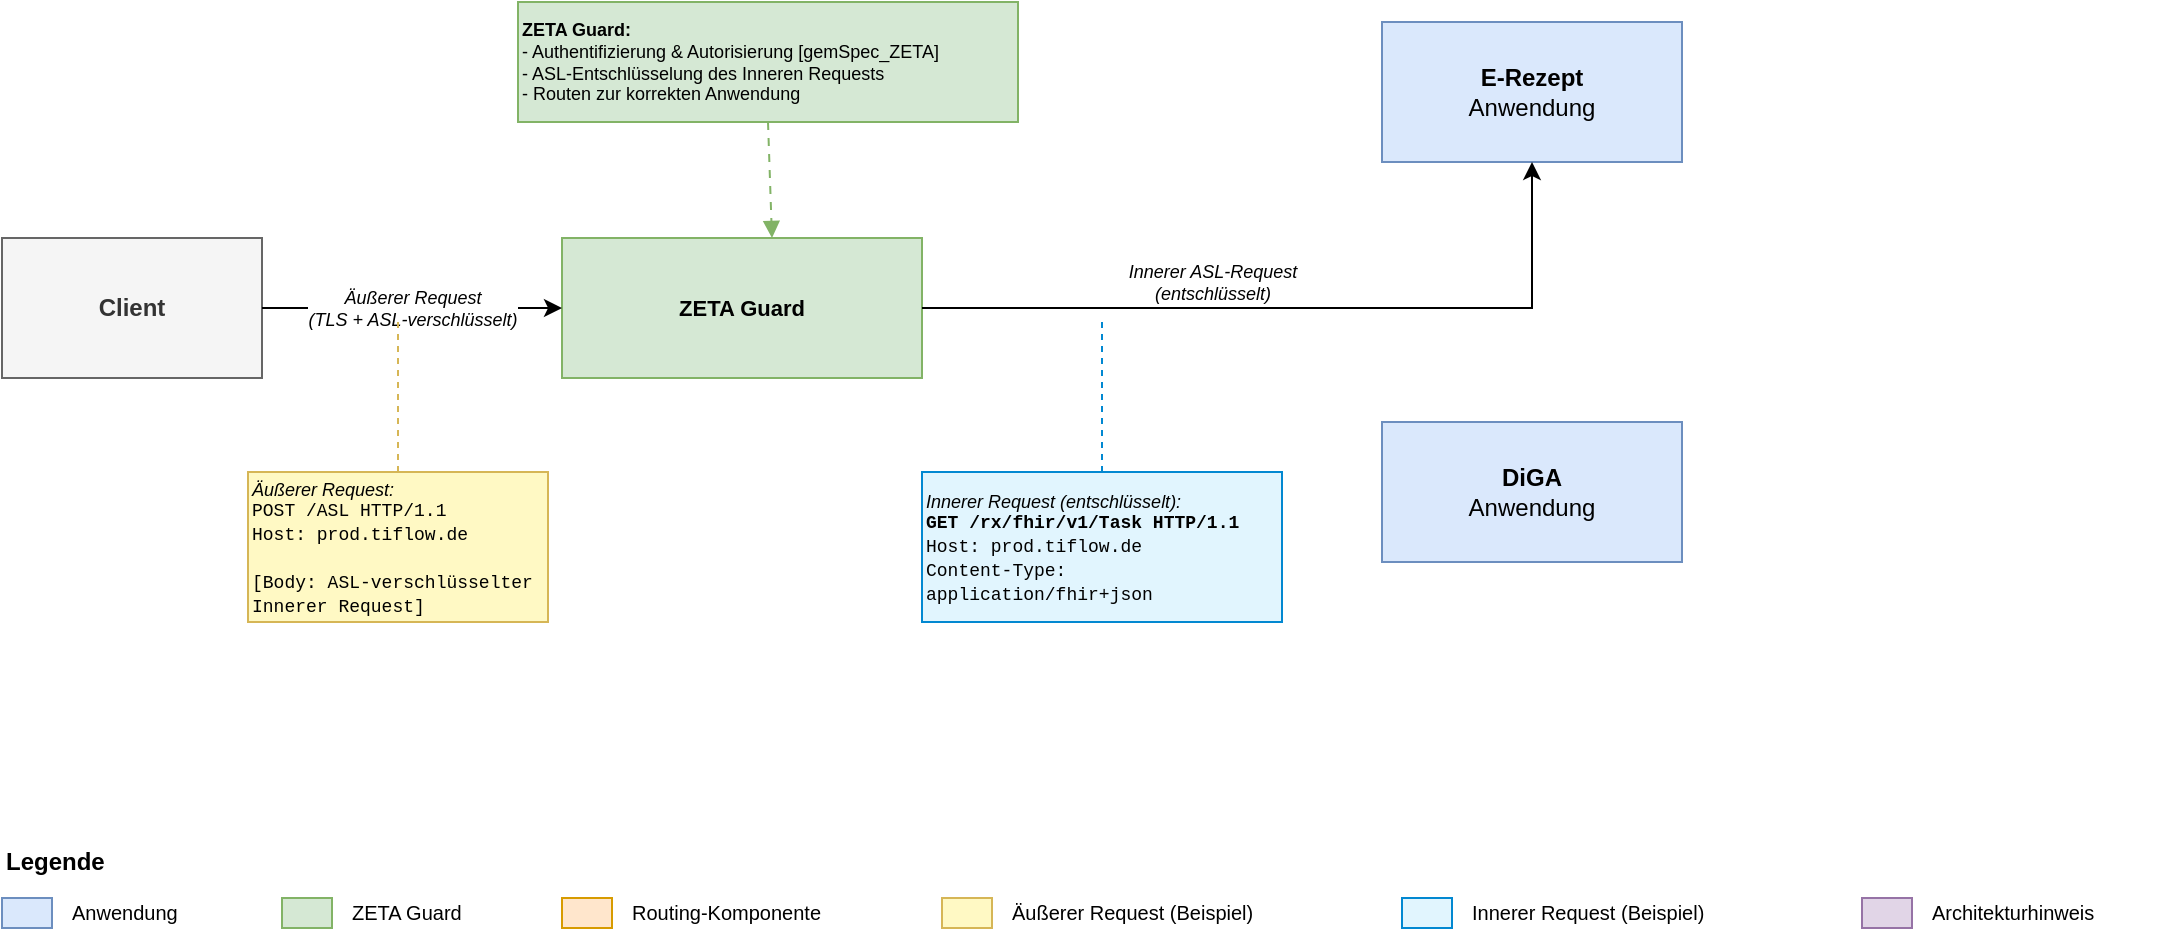
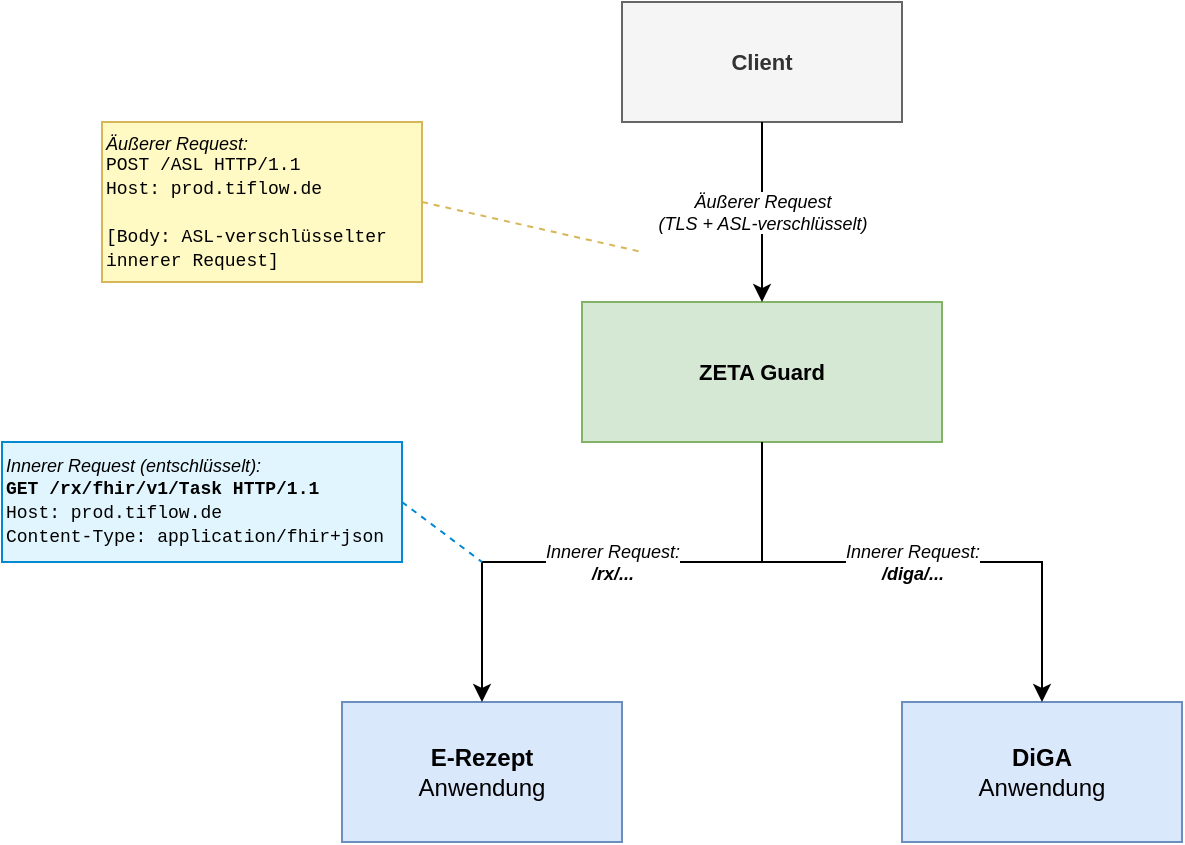
<mxfile host="65bd71144e">
    <diagram id="address-tif-application" name="Page-1">
-         <mxGraphModel dx="1518" dy="622" grid="1" gridSize="10" guides="1" tooltips="1" connect="1" arrows="1" fold="1" page="1" pageScale="1" pageWidth="827" pageHeight="1169" math="0" shadow="0">
+         <mxGraphModel dx="1518" dy="525" grid="1" gridSize="10" guides="1" tooltips="1" connect="1" arrows="1" fold="1" page="1" pageScale="1" pageWidth="827" pageHeight="1169" math="0" shadow="0">
            <root>
                <mxCell id="0"/>
                <mxCell id="1" parent="0"/>
-                 <mxCell id="36" value="&lt;b&gt;ZETA Guard:&lt;/b&gt;&lt;br&gt;- Authentifizierung &amp;amp; Autorisierung [gemSpec_ZETA]&lt;br&gt;- ASL-Entschlüsselung des Inneren Requests&lt;div&gt;- Routen zur korrekten Anwendung&lt;/div&gt;" style="rounded=0;whiteSpace=wrap;html=1;fillColor=#d5e8d4;strokeColor=#82b366;fontSize=9;align=left;" vertex="1" parent="1">
-                     <mxGeometry x="308" y="220" width="250" height="60" as="geometry"/>
+                 <mxCell id="38" value="&lt;b&gt;Client&lt;/b&gt;" style="rounded=0;whiteSpace=wrap;html=1;fillColor=#f5f5f5;strokeColor=#666666;fontColor=#333333;fontSize=11;" parent="1" vertex="1">
+                     <mxGeometry x="350" y="90" width="140" height="60" as="geometry"/>
                </mxCell>
-                 <mxCell id="37" style="endArrow=block;endFill=1;endSize=6;dashed=1;dashPattern=4 4;html=1;strokeColor=#82b366;exitX=0.5;exitY=1;exitDx=0;exitDy=0;" edge="1" parent="1" source="36">
+                 <mxCell id="39" value="&lt;b&gt;ZETA Guard&lt;/b&gt;" style="rounded=0;whiteSpace=wrap;html=1;fillColor=#d5e8d4;strokeColor=#82b366;fontSize=11;" parent="1" vertex="1">
+                     <mxGeometry x="330" y="240" width="180" height="70" as="geometry"/>
+                 </mxCell>
+                 <mxCell id="41" value="&lt;b&gt;E-Rezept&lt;/b&gt;&lt;br&gt;Anwendung" style="rounded=0;whiteSpace=wrap;html=1;fillColor=#dae8fc;strokeColor=#6c8ebf;" parent="1" vertex="1">
+                     <mxGeometry x="210" y="440" width="140" height="70" as="geometry"/>
+                 </mxCell>
+                 <mxCell id="42" value="&lt;b&gt;DiGA&lt;/b&gt;&lt;br&gt;Anwendung" style="rounded=0;whiteSpace=wrap;html=1;fillColor=#dae8fc;strokeColor=#6c8ebf;" parent="1" vertex="1">
+                     <mxGeometry x="490" y="440" width="140" height="70" as="geometry"/>
+                 </mxCell>
+                 <mxCell id="44" value="Äußerer Request&lt;br&gt;(TLS + ASL-verschlüsselt)" style="edgeStyle=orthogonalEdgeStyle;html=1;rounded=0;fontSize=9;fontStyle=2;exitX=0.5;exitY=1;exitDx=0;exitDy=0;entryX=0.5;entryY=0;entryDx=0;entryDy=0;" parent="1" source="38" target="39" edge="1">
+                     <mxGeometry relative="1" as="geometry"/>
+                 </mxCell>
+                 <mxCell id="45" value="Innerer Request:&lt;br&gt;&lt;b&gt;/rx/...&lt;/b&gt;" style="edgeStyle=orthogonalEdgeStyle;html=1;rounded=0;fontSize=9;fontStyle=2;entryX=0.5;entryY=0;entryDx=0;entryDy=0;" parent="1" target="41" edge="1">
                    <mxGeometry relative="1" as="geometry">
-                         <mxPoint x="435" y="245" as="sourcePoint"/>
-                         <mxPoint x="435" y="338" as="targetPoint"/>
+                         <mxPoint x="420" y="310" as="sourcePoint"/>
+                         <Array as="points">
+                             <mxPoint x="420" y="370"/>
+                             <mxPoint x="280" y="370"/>
+                             <mxPoint x="280" y="440"/>
+                         </Array>
                    </mxGeometry>
                </mxCell>
-                 <mxCell id="38" value="&lt;b&gt;Client&lt;/b&gt;" style="rounded=0;whiteSpace=wrap;html=1;fillColor=#f5f5f5;strokeColor=#666666;fontColor=#333333;" vertex="1" parent="1">
-                     <mxGeometry x="50" y="338" width="130" height="70" as="geometry"/>
-                 </mxCell>
-                 <mxCell id="39" value="&lt;b&gt;ZETA Guard&lt;/b&gt;" style="rounded=0;whiteSpace=wrap;html=1;fillColor=#d5e8d4;strokeColor=#82b366;fontSize=11;" vertex="1" parent="1">
-                     <mxGeometry x="330" y="338" width="180" height="70" as="geometry"/>
-                 </mxCell>
-                 <mxCell id="41" value="&lt;b&gt;E-Rezept&lt;/b&gt;&lt;br&gt;Anwendung" style="rounded=0;whiteSpace=wrap;html=1;fillColor=#dae8fc;strokeColor=#6c8ebf;" vertex="1" parent="1">
-                     <mxGeometry x="740" y="230" width="150" height="70" as="geometry"/>
-                 </mxCell>
-                 <mxCell id="42" value="&lt;b&gt;DiGA&lt;/b&gt;&lt;br&gt;Anwendung" style="rounded=0;whiteSpace=wrap;html=1;fillColor=#dae8fc;strokeColor=#6c8ebf;" vertex="1" parent="1">
-                     <mxGeometry x="740" y="430" width="150" height="70" as="geometry"/>
-                 </mxCell>
-                 <mxCell id="44" value="Äußerer Request&lt;br&gt;(TLS + ASL-verschlüsselt)" style="edgeStyle=orthogonalEdgeStyle;html=1;rounded=0;fontSize=9;fontStyle=2;exitX=1;exitY=0.5;exitDx=0;exitDy=0;entryX=0;entryY=0.5;entryDx=0;entryDy=0;" edge="1" parent="1" source="38" target="39">
-                     <mxGeometry relative="1" as="geometry"/>
-                 </mxCell>
-                 <mxCell id="45" value="Innerer ASL-Request&lt;br&gt;(entschlüsselt)" style="edgeStyle=orthogonalEdgeStyle;html=1;rounded=0;fontSize=9;fontStyle=2;exitX=1;exitY=0.5;exitDx=0;exitDy=0;entryX=0.5;entryY=1;entryDx=0;entryDy=0;" edge="1" parent="1" source="39" target="41">
-                     <mxGeometry x="-0.2337" y="13" relative="1" as="geometry">
-                         <mxPoint x="690" y="373" as="targetPoint"/>
-                         <mxPoint as="offset"/>
+                 <mxCell id="46" value="Innerer Request:&lt;br&gt;&lt;b&gt;/diga/...&lt;/b&gt;" style="edgeStyle=orthogonalEdgeStyle;html=1;rounded=0;fontSize=9;fontStyle=2;exitX=0.5;exitY=1;exitDx=0;exitDy=0;entryX=0.5;entryY=0;entryDx=0;entryDy=0;" parent="1" source="39" target="42" edge="1">
+                     <mxGeometry relative="1" as="geometry">
+                         <Array as="points">
+                             <mxPoint x="420" y="370"/>
+                             <mxPoint x="560" y="370"/>
+                         </Array>
                    </mxGeometry>
                </mxCell>
-                 <mxCell id="49" value="&lt;i&gt;Äußerer Request:&lt;/i&gt;&lt;br&gt;&lt;font face=&quot;Courier New&quot;&gt;POST /ASL HTTP/1.1&lt;br&gt;Host: prod.tiflow.de&lt;br&gt;&lt;br&gt;[Body: ASL-verschlüsselter&lt;br&gt;  Innerer Request]&lt;/font&gt;" style="rounded=0;whiteSpace=wrap;html=1;fillColor=#fff9c4;strokeColor=#d6b656;fontSize=9;align=left;" vertex="1" parent="1">
-                     <mxGeometry x="173" y="455" width="150" height="75" as="geometry"/>
+                 <mxCell id="49" value="&lt;i&gt;Äußerer Request:&lt;/i&gt;&lt;br&gt;&lt;font face=&quot;Courier New&quot;&gt;POST /ASL HTTP/1.1&lt;br&gt;Host: prod.tiflow.de&lt;br&gt;&lt;br&gt;[Body: ASL-verschlüsselter&lt;br&gt;  innerer Request]&lt;/font&gt;" style="rounded=0;whiteSpace=wrap;html=1;fillColor=#fff9c4;strokeColor=#d6b656;fontSize=9;align=left;" parent="1" vertex="1">
+                     <mxGeometry x="90" y="150" width="160" height="80" as="geometry"/>
                </mxCell>
-                 <mxCell id="50" style="endArrow=none;dashed=1;html=1;dashPattern=3 3;strokeColor=#d6b656;exitX=0.5;exitY=0;exitDx=0;exitDy=0;" edge="1" parent="1" source="49">
+                 <mxCell id="50" style="endArrow=none;dashed=1;html=1;dashPattern=3 3;strokeColor=#d6b656;exitX=1;exitY=0.5;exitDx=0;exitDy=0;" parent="1" source="49" edge="1">
                    <mxGeometry relative="1" as="geometry">
-                         <mxPoint x="147" y="455" as="sourcePoint"/>
-                         <mxPoint x="248" y="380" as="targetPoint"/>
+                         <mxPoint x="360" y="215" as="targetPoint"/>
                    </mxGeometry>
                </mxCell>
-                 <mxCell id="51" value="&lt;i&gt;Innerer Request (entschlüsselt):&lt;/i&gt;&lt;br&gt;&lt;font face=&quot;Courier New&quot;&gt;&lt;b&gt;GET /rx/fhir/v1/Task HTTP/1.1&lt;/b&gt;&lt;br&gt;Host: prod.tiflow.de&lt;br&gt;Content-Type:&lt;br&gt;  application/fhir+json&lt;/font&gt;" style="rounded=0;whiteSpace=wrap;html=1;fillColor=#e1f5fe;strokeColor=#0288d1;fontSize=9;align=left;" vertex="1" parent="1">
-                     <mxGeometry x="510" y="455" width="180" height="75" as="geometry"/>
+                 <mxCell id="51" value="&lt;i&gt;Innerer Request (entschlüsselt):&lt;/i&gt;&lt;br&gt;&lt;font face=&quot;Courier New&quot;&gt;&lt;b&gt;GET /rx/fhir/v1/Task HTTP/1.1&lt;/b&gt;&lt;br&gt;Host: prod.tiflow.de&lt;br&gt;Content-Type: application/fhir+json&lt;/font&gt;" style="rounded=0;whiteSpace=wrap;html=1;fillColor=#e1f5fe;strokeColor=#0288d1;fontSize=9;align=left;" parent="1" vertex="1">
+                     <mxGeometry x="40" y="310" width="200" height="60" as="geometry"/>
                </mxCell>
-                 <mxCell id="52" style="endArrow=none;dashed=1;html=1;dashPattern=3 3;strokeColor=#0288d1;exitX=0.5;exitY=0;exitDx=0;exitDy=0;" edge="1" parent="1" source="51">
+                 <mxCell id="52" style="endArrow=none;dashed=1;html=1;dashPattern=3 3;strokeColor=#0288d1;exitX=1;exitY=0.5;exitDx=0;exitDy=0;" parent="1" source="51" edge="1">
                    <mxGeometry relative="1" as="geometry">
-                         <mxPoint x="555" y="455" as="sourcePoint"/>
-                         <mxPoint x="600" y="380" as="targetPoint"/>
+                         <mxPoint x="210" y="370" as="sourcePoint"/>
+                         <mxPoint x="280" y="370" as="targetPoint"/>
                    </mxGeometry>
-                 </mxCell>
-                 <mxCell id="54" value="Legende" style="text;html=1;align=left;verticalAlign=middle;resizable=0;strokeColor=none;fillColor=none;fontStyle=1;" vertex="1" parent="1">
-                     <mxGeometry x="50" y="640" width="70" height="20" as="geometry"/>
-                 </mxCell>
-                 <mxCell id="55" value="" style="rounded=0;whiteSpace=wrap;html=1;fillColor=#dae8fc;strokeColor=#6c8ebf;" vertex="1" parent="1">
-                     <mxGeometry x="50" y="668" width="25" height="15" as="geometry"/>
-                 </mxCell>
-                 <mxCell id="56" value="Anwendung" style="text;html=1;align=left;verticalAlign=middle;resizable=0;strokeColor=none;fillColor=none;fontSize=10;" vertex="1" parent="1">
-                     <mxGeometry x="83" y="665" width="90" height="20" as="geometry"/>
-                 </mxCell>
-                 <mxCell id="57" value="" style="rounded=0;whiteSpace=wrap;html=1;fillColor=#d5e8d4;strokeColor=#82b366;" vertex="1" parent="1">
-                     <mxGeometry x="190" y="668" width="25" height="15" as="geometry"/>
-                 </mxCell>
-                 <mxCell id="58" value="ZETA Guard" style="text;html=1;align=left;verticalAlign=middle;resizable=0;strokeColor=none;fillColor=none;fontSize=10;" vertex="1" parent="1">
-                     <mxGeometry x="223" y="665" width="90" height="20" as="geometry"/>
-                 </mxCell>
-                 <mxCell id="59" value="" style="rounded=0;whiteSpace=wrap;html=1;fillColor=#ffe6cc;strokeColor=#d79b00;" vertex="1" parent="1">
-                     <mxGeometry x="330" y="668" width="25" height="15" as="geometry"/>
-                 </mxCell>
-                 <mxCell id="60" value="Routing-Komponente" style="text;html=1;align=left;verticalAlign=middle;resizable=0;strokeColor=none;fillColor=none;fontSize=10;" vertex="1" parent="1">
-                     <mxGeometry x="363" y="665" width="140" height="20" as="geometry"/>
-                 </mxCell>
-                 <mxCell id="61" value="" style="rounded=0;whiteSpace=wrap;html=1;fillColor=#fff9c4;strokeColor=#d6b656;" vertex="1" parent="1">
-                     <mxGeometry x="520" y="668" width="25" height="15" as="geometry"/>
-                 </mxCell>
-                 <mxCell id="62" value="Äußerer Request (Beispiel)" style="text;html=1;align=left;verticalAlign=middle;resizable=0;strokeColor=none;fillColor=none;fontSize=10;" vertex="1" parent="1">
-                     <mxGeometry x="553" y="665" width="180" height="20" as="geometry"/>
-                 </mxCell>
-                 <mxCell id="63" value="" style="rounded=0;whiteSpace=wrap;html=1;fillColor=#e1f5fe;strokeColor=#0288d1;" vertex="1" parent="1">
-                     <mxGeometry x="750" y="668" width="25" height="15" as="geometry"/>
-                 </mxCell>
-                 <mxCell id="64" value="Innerer Request (Beispiel)" style="text;html=1;align=left;verticalAlign=middle;resizable=0;strokeColor=none;fillColor=none;fontSize=10;" vertex="1" parent="1">
-                     <mxGeometry x="783" y="665" width="180" height="20" as="geometry"/>
-                 </mxCell>
-                 <mxCell id="65" value="" style="rounded=0;whiteSpace=wrap;html=1;fillColor=#e1d5e7;strokeColor=#9673a6;" vertex="1" parent="1">
-                     <mxGeometry x="980" y="668" width="25" height="15" as="geometry"/>
-                 </mxCell>
-                 <mxCell id="66" value="Architekturhinweis" style="text;html=1;align=left;verticalAlign=middle;resizable=0;strokeColor=none;fillColor=none;fontSize=10;" vertex="1" parent="1">
-                     <mxGeometry x="1013" y="665" width="120" height="20" as="geometry"/>
                </mxCell>
            </root>
        </mxGraphModel>
    </diagram>
</mxfile>